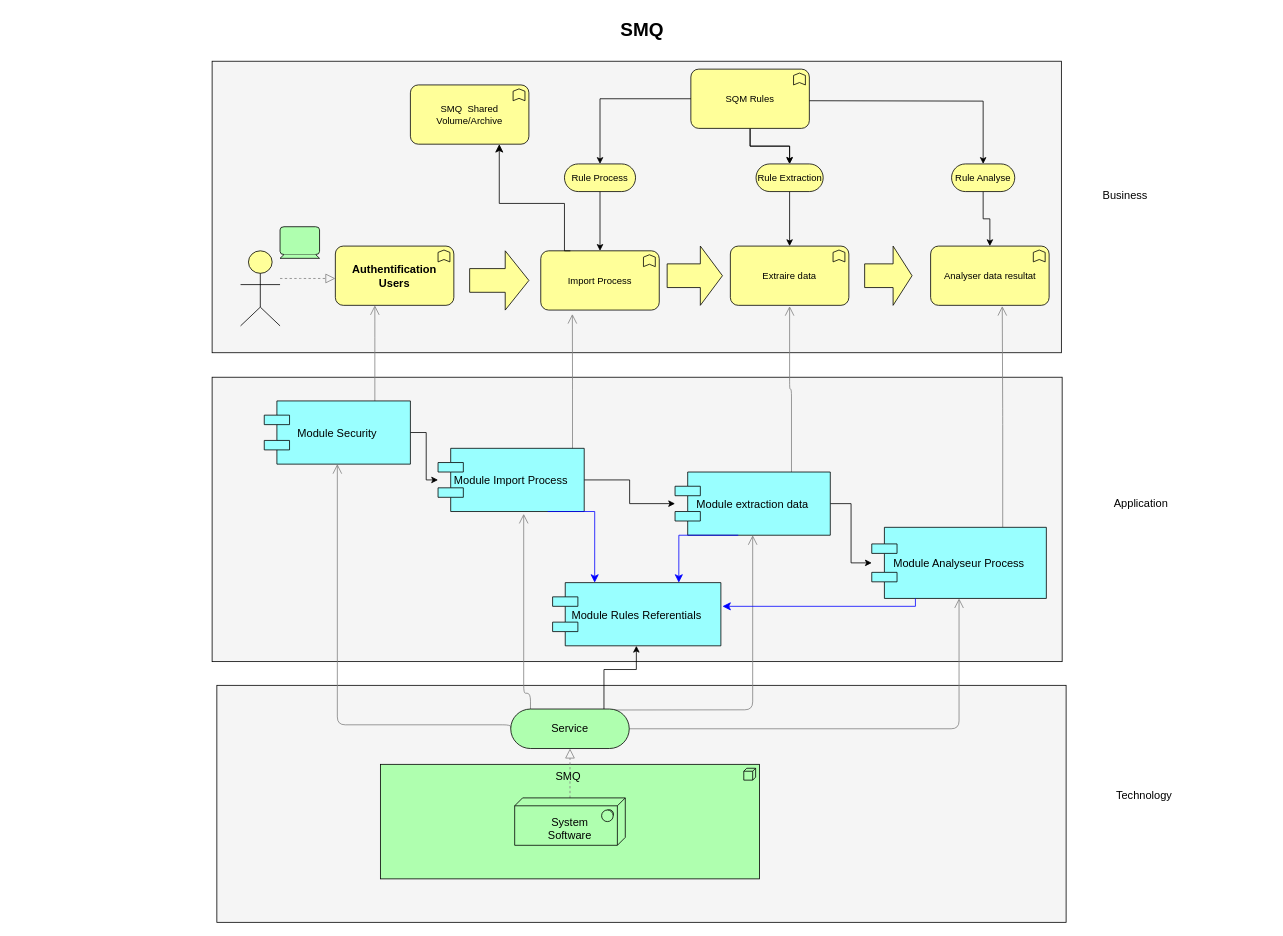
amahmoudi/Smq2023 keeps this draw.io diagram as Diagramme SMQ.drawio. Above is the earlier version. Source tidied: cells renumbered, new cells numbered last; positions are measured from the earlier drawing's top-left corner, leaving out a move shared by most shapes. Both pictures are drawn from the tidied source at 79%, with x=0, y=0 at pixel (13, 13).
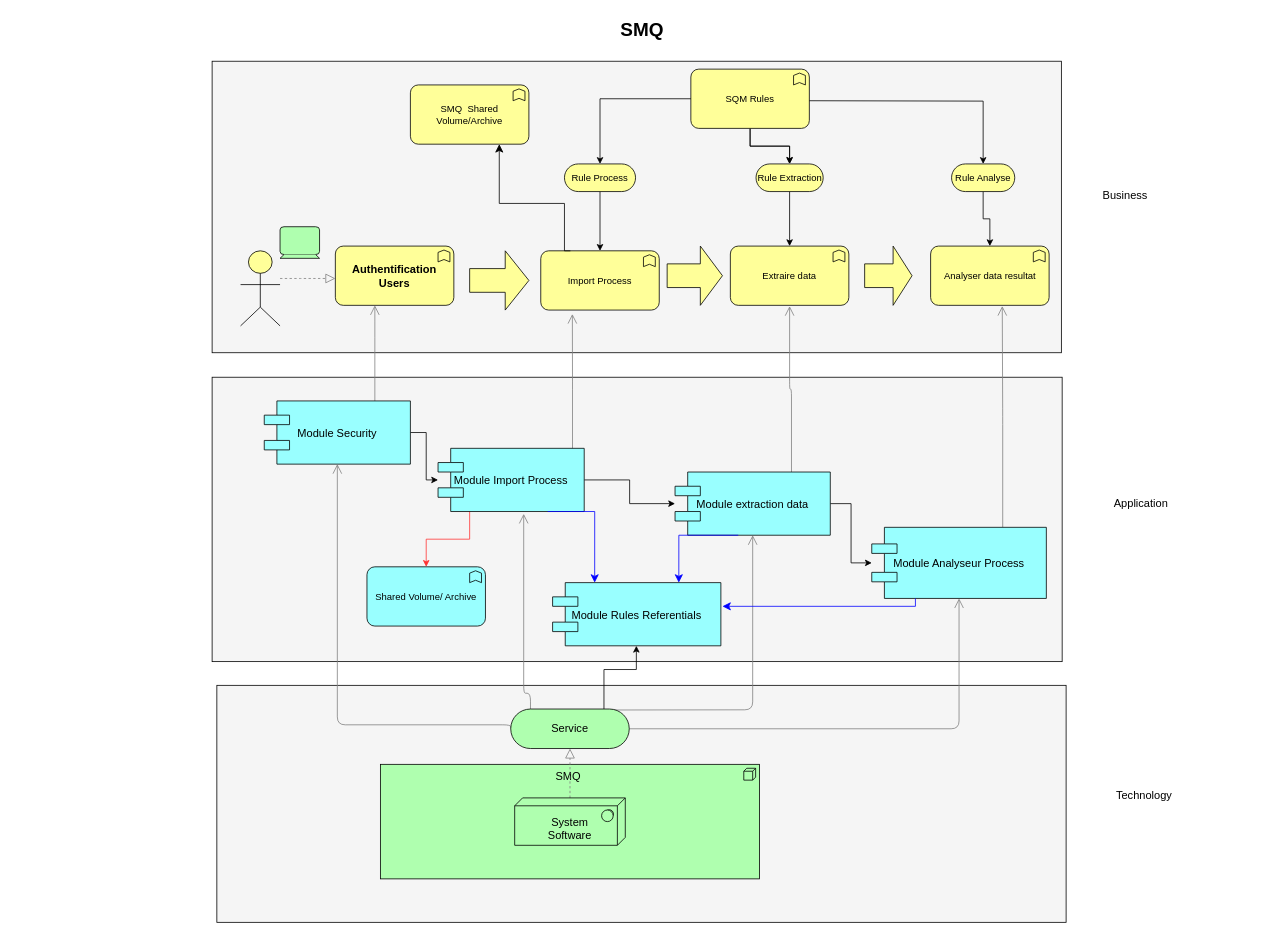
The same diagram, later.

The change refers to these unchanged cells:
```xml
<mxCell id="19" value="Module Import Process" style="shape=component;align=center;fillColor=#99ffff;gradientColor=none;fontSize=14;" parent="1" vertex="1">
  <mxGeometry x="538" y="550" width="185" height="80" as="geometry" />
</mxCell>
```

Diff of the diagram source:
```diff
@@
+    <mxCell id="57" style="edgeStyle=orthogonalEdgeStyle;rounded=0;jettySize=auto;html=1;strokeColor=#FF3333;" parent="1" edge="1" source="19" target="58">
+      <mxGeometry relative="1" as="geometry">
+        <Array as="points">
+          <mxPoint x="578" y="665" />
+          <mxPoint x="523" y="665" />
+        </Array>
+      </mxGeometry>
+    </mxCell>
@@
+    <mxCell id="58" value="Shared Volume/ Archive" style="html=1;outlineConnect=0;whiteSpace=wrap;fillColor=#99ffff;shape=mxgraph.archimate3.application;appType=func;archiType=rounded;" parent="1" vertex="1">
+      <mxGeometry x="448" y="700" width="150" height="75" as="geometry" />
+    </mxCell>
```
